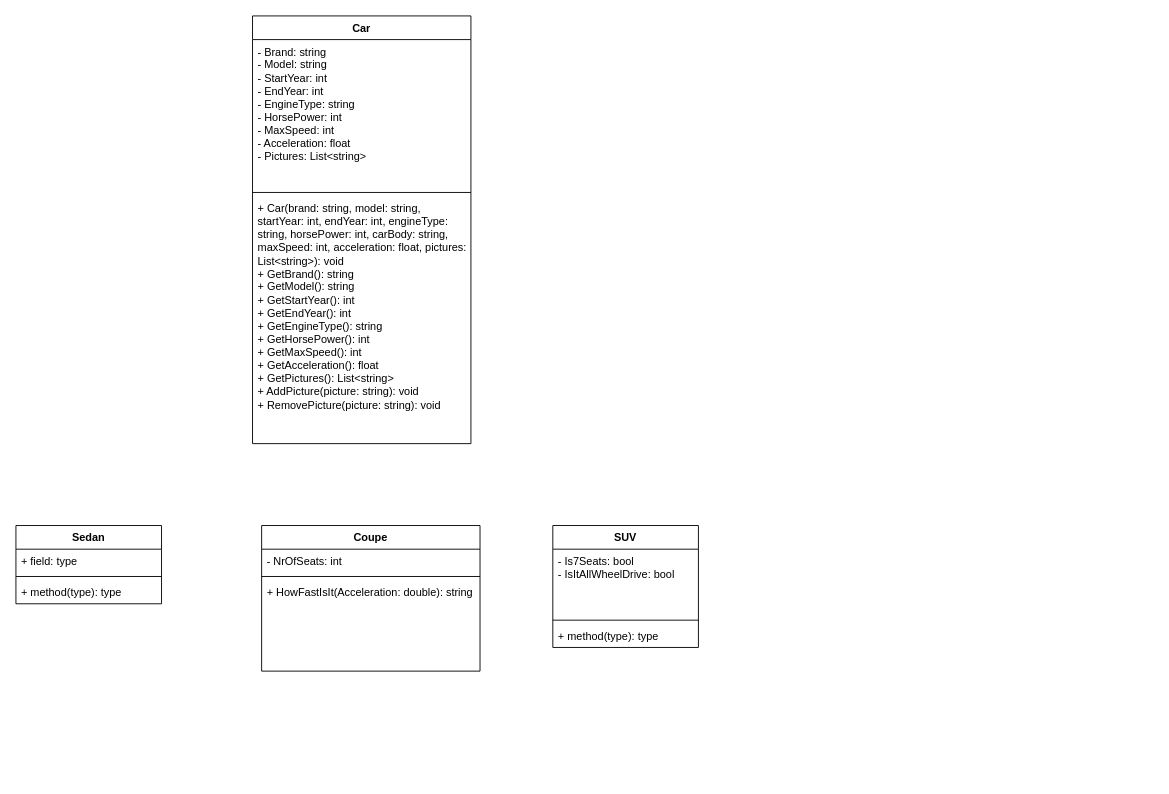
This is UML/UML diagram.drawio from AtanasDimitrov12/The-world-of-cars, a draw.io file, before an edit. Source tidied: cells renumbered, new cells numbered last; positions are measured from the earlier drawing's top-left corner, leaving out a move shared by most shapes. Both pictures are drawn from the tidied source at 91%, with x=0, y=0 at pixel (15, 15).
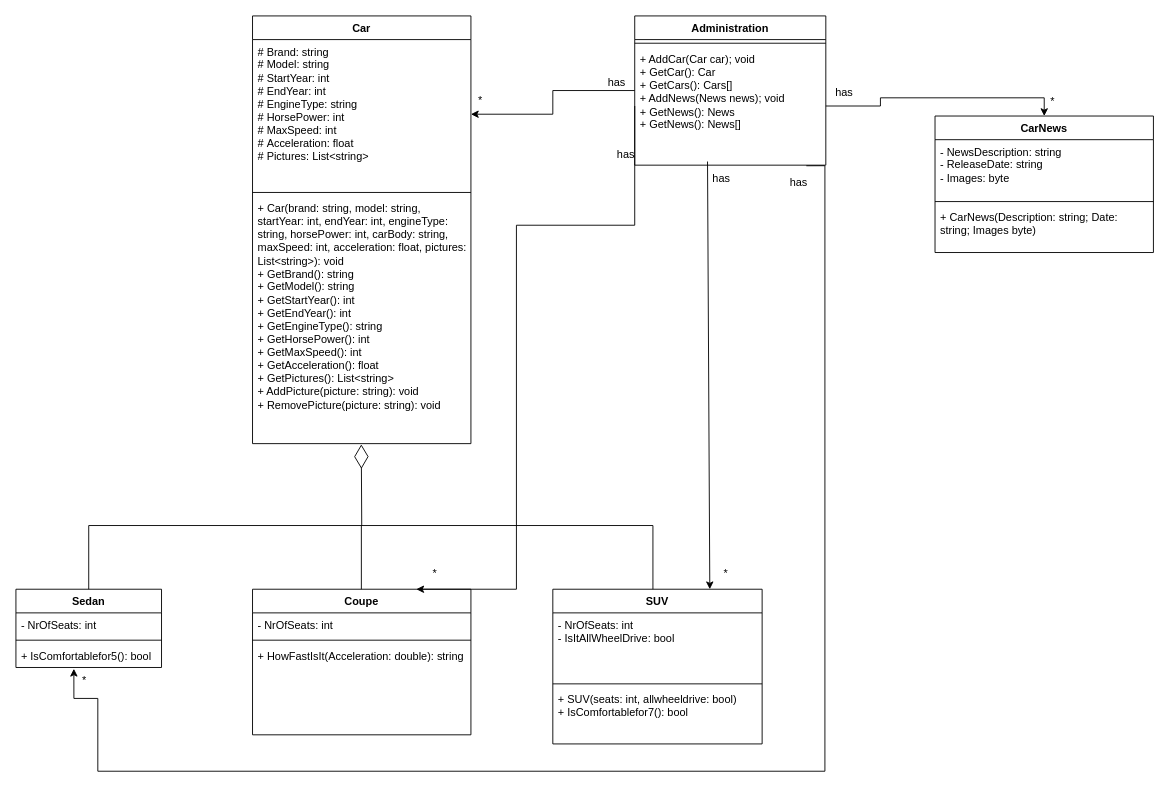
The same diagram, later.

The change refers to these unchanged cells:
```xml
<mxCell id="2" value="Car&lt;div&gt;&lt;br/&gt;&lt;/div&gt;" style="swimlane;fontStyle=1;align=center;verticalAlign=top;horizontal=1;startSize=26;whiteSpace=wrap;html=1;" parent="1" vertex="1">
  <mxGeometry x="260" width="240" height="470" as="geometry" />
</mxCell>
<mxCell id="5" value="+ Car(brand: string, model: string, startYear: int, endYear: int, engineType: string, horsePower: int, carBody: string, maxSpeed: int, acceleration: float, pictures: List&amp;lt;string&amp;gt;): void&lt;br&gt;+ GetBrand(): string &lt;br&gt;+ GetModel(): string &lt;br&gt;+ GetStartYear(): int &lt;br&gt;+ GetEndYear(): int &lt;br&gt;+ GetEngineType(): string&lt;br&gt;+ GetHorsePower(): int&lt;br&gt;+ GetMaxSpeed(): int &lt;br&gt;+ GetAcceleration(): float&lt;br&gt;+ GetPictures(): List&amp;lt;string&amp;gt;&lt;br&gt;+ AddPicture(picture: string): void&lt;br&gt;+ RemovePicture(picture: string): void" style="text;strokeColor=none;fillColor=none;align=left;verticalAlign=top;spacingLeft=4;spacingRight=4;overflow=hidden;points=[[0,0.5],[1,0.5]];portConstraint=eastwest;whiteSpace=wrap;html=1;" parent="2" vertex="1">
  <mxGeometry y="198" width="240" height="272" as="geometry" />
</mxCell>
```

Change to the diagram source:
```diff
@@
-    <mxCell id="3" value=" - Brand: string &lt;br&gt;- Model: string &lt;br&gt;- StartYear: int &lt;br&gt;- EndYear: int &lt;br&gt;- EngineType: string &lt;br&gt;- HorsePower: int&lt;br&gt;- MaxSpeed: int &lt;br&gt;- Acceleration: float &lt;br&gt;- Pictures: List&amp;lt;string&amp;gt;" style="text;strokeColor=none;fillColor=none;align=left;verticalAlign=top;spacingLeft=4;spacingRight=4;overflow=hidden;points=[[0,0.5],[1,0.5]];portConstraint=eastwest;whiteSpace=wrap;html=1;" parent="2" vertex="1">
+    <mxCell id="3" value="# Brand: string &lt;br&gt;#&amp;nbsp;Model: string &lt;br&gt;#&amp;nbsp;StartYear: int &lt;br&gt;#&amp;nbsp;EndYear: int &lt;br&gt;#&amp;nbsp;EngineType: string &lt;br&gt;#&amp;nbsp;HorsePower: int&lt;br&gt;#&amp;nbsp;MaxSpeed: int &lt;br&gt;#&amp;nbsp;Acceleration: float &lt;br&gt;#&amp;nbsp;Pictures: List&amp;lt;string&amp;gt;" style="text;strokeColor=none;fillColor=none;align=left;verticalAlign=top;spacingLeft=4;spacingRight=4;overflow=hidden;points=[[0,0.5],[1,0.5]];portConstraint=eastwest;whiteSpace=wrap;html=1;" parent="2" vertex="1">
       <mxGeometry y="26" width="240" height="164" as="geometry" />
     </mxCell>
@@
     <mxCell id="6" value="Sedan" style="swimlane;fontStyle=1;align=center;verticalAlign=top;horizontal=1;startSize=26;whiteSpace=wrap;html=1;" parent="1" vertex="1">
-      <mxGeometry y="560" width="160" height="86" as="geometry" />
+      <mxGeometry y="630" width="160" height="86" as="geometry" />
     </mxCell>
-    <mxCell id="7" value="+ field: type" style="text;strokeColor=none;fillColor=none;align=left;verticalAlign=top;spacingLeft=4;spacingRight=4;overflow=hidden;whiteSpace=wrap;html=1;" parent="6" vertex="1">
+    <mxCell id="7" value="- NrOfSeats: int" style="text;strokeColor=none;fillColor=none;align=left;verticalAlign=top;spacingLeft=4;spacingRight=4;overflow=hidden;whiteSpace=wrap;html=1;" parent="6" vertex="1">
       <mxGeometry y="26" width="160" height="26" as="geometry" />
     </mxCell>
@@
-    <mxCell id="9" value="+ method(type): type" style="text;strokeColor=none;fillColor=none;align=left;verticalAlign=top;spacingLeft=4;spacingRight=4;overflow=hidden;points=[[0,0.5],[1,0.5]];portConstraint=eastwest;whiteSpace=wrap;html=1;" parent="6" vertex="1">
+    <mxCell id="9" value="+ IsComfortablefor5(): bool" style="text;strokeColor=none;fillColor=none;align=left;verticalAlign=top;spacingLeft=4;spacingRight=4;overflow=hidden;points=[[0,0.5],[1,0.5]];portConstraint=eastwest;whiteSpace=wrap;html=1;" parent="6" vertex="1">
       <mxGeometry y="60" width="160" height="26" as="geometry" />
     </mxCell>
     <mxCell id="10" value="Coupe" style="swimlane;fontStyle=1;align=center;verticalAlign=top;horizontal=1;startSize=26;whiteSpace=wrap;html=1;" parent="1" vertex="1">
-      <mxGeometry x="270" y="560" width="240" height="160" as="geometry" />
+      <mxGeometry x="260" y="630" width="240" height="160" as="geometry" />
     </mxCell>
@@
     <mxCell id="14" value="SUV" style="swimlane;fontStyle=1;align=center;verticalAlign=top;horizontal=1;startSize=26;whiteSpace=wrap;html=1;" parent="1" vertex="1">
-      <mxGeometry x="590" y="560" width="160" height="134" as="geometry" />
+      <mxGeometry x="590" y="630" width="230" height="170" as="geometry" />
     </mxCell>
-    <mxCell id="15" value="- Is7Seats: bool&lt;br&gt;-&amp;nbsp;IsItAllWheelDrive: bool" style="text;strokeColor=none;fillColor=none;align=left;verticalAlign=top;spacingLeft=4;spacingRight=4;overflow=hidden;whiteSpace=wrap;html=1;" parent="14" vertex="1">
-      <mxGeometry y="26" width="160" height="74" as="geometry" />
+    <mxCell id="15" value="- NrOfSeats: int&lt;br&gt;-&amp;nbsp;IsItAllWheelDrive: bool" style="text;strokeColor=none;fillColor=none;align=left;verticalAlign=top;spacingLeft=4;spacingRight=4;overflow=hidden;whiteSpace=wrap;html=1;" parent="14" vertex="1">
+      <mxGeometry y="26" width="230" height="74" as="geometry" />
     </mxCell>
     <mxCell id="16" style="line;strokeWidth=1;fillColor=none;align=left;verticalAlign=middle;spacingTop=-1;spacingLeft=3;spacingRight=3;labelPosition=right;strokeColor=inherit;" parent="14" vertex="1">
-      <mxGeometry y="100" width="160" height="8" as="geometry" />
+      <mxGeometry y="100" width="230" height="8" as="geometry" />
     </mxCell>
-    <mxCell id="17" value="+ method(type): type" style="text;strokeColor=none;fillColor=none;align=left;verticalAlign=top;spacingLeft=4;spacingRight=4;overflow=hidden;whiteSpace=wrap;html=1;" parent="14" vertex="1">
-      <mxGeometry y="108" width="160" height="26" as="geometry" />
+    <mxCell id="17" value="+ SUV(seats: int, allwheeldrive: bool)&lt;div&gt;+ IsComfortablefor7(): bool&lt;br&gt;&lt;div&gt;&lt;br&gt;&lt;/div&gt;&lt;/div&gt;" style="text;strokeColor=none;fillColor=none;align=left;verticalAlign=top;spacingLeft=4;spacingRight=4;overflow=hidden;whiteSpace=wrap;html=1;" parent="14" vertex="1">
+      <mxGeometry y="108" width="230" height="62" as="geometry" />
     </mxCell>
+    <mxCell id="18" style="edgeStyle=orthogonalEdgeStyle;rounded=0;jettySize=auto;html=1;exitX=0;exitY=0.5;exitDx=0;exitDy=0;" parent="1" edge="1" source="19" target="3">
+      <mxGeometry relative="1" as="geometry" />
+    </mxCell>
+    <mxCell id="19" value="Administration" style="swimlane;fontStyle=1;align=center;verticalAlign=top;horizontal=1;startSize=26;whiteSpace=wrap;html=1;" parent="1" vertex="1">
+      <mxGeometry x="680" width="210" height="164" as="geometry" />
+    </mxCell>
+    <mxCell id="20" style="line;strokeWidth=1;fillColor=none;align=left;verticalAlign=middle;spacingTop=-1;spacingLeft=3;spacingRight=3;labelPosition=right;strokeColor=inherit;" parent="19" vertex="1">
+      <mxGeometry y="26" width="210" height="8" as="geometry" />
+    </mxCell>
+    <mxCell id="21" value="+ AddCar(Car car); void&lt;div&gt;+ GetCar(): Car&lt;/div&gt;&lt;div&gt;+ GetCars(): Cars[]&lt;/div&gt;&lt;div&gt;+ AddNews(News news); void&lt;div&gt;+ GetNews(): News&lt;/div&gt;&lt;div&gt;+ GetNews(): News[]&lt;/div&gt;&lt;/div&gt;" style="text;strokeColor=none;fillColor=none;align=left;verticalAlign=top;spacingLeft=4;spacingRight=4;overflow=hidden;points=[[0,0.5],[1,0.5]];portConstraint=eastwest;whiteSpace=wrap;html=1;" parent="19" vertex="1">
+      <mxGeometry y="34" width="210" height="130" as="geometry" />
+    </mxCell>
+    <mxCell id="22" value="CarNews" style="swimlane;fontStyle=1;align=center;verticalAlign=top;horizontal=1;startSize=26;whiteSpace=wrap;html=1;" parent="1" vertex="1">
+      <mxGeometry x="1010" y="110" width="240" height="150" as="geometry" />
+    </mxCell>
+    <mxCell id="23" value="- NewsDescription: string&lt;div&gt;- ReleaseDate: string&lt;/div&gt;&lt;div&gt;- Images: byte&lt;/div&gt;" style="text;strokeColor=none;fillColor=none;align=left;verticalAlign=top;spacingLeft=4;spacingRight=4;overflow=hidden;whiteSpace=wrap;html=1;" parent="22" vertex="1">
+      <mxGeometry y="26" width="240" height="64" as="geometry" />
+    </mxCell>
+    <mxCell id="24" style="line;strokeWidth=1;fillColor=none;align=left;verticalAlign=middle;spacingTop=-1;spacingLeft=3;spacingRight=3;labelPosition=right;strokeColor=inherit;" parent="22" vertex="1">
+      <mxGeometry y="90" width="240" height="8" as="geometry" />
+    </mxCell>
+    <mxCell id="25" value="+ CarNews(Description: string; Date: string; Images byte)" style="text;strokeColor=none;fillColor=none;align=left;verticalAlign=top;spacingLeft=4;spacingRight=4;overflow=hidden;whiteSpace=wrap;html=1;" parent="22" vertex="1">
+      <mxGeometry y="98" width="240" height="52" as="geometry" />
+    </mxCell>
+    <mxCell id="26" style="endArrow=none;html=1;rounded=0;exitX=0.5;exitY=0;exitDx=0;exitDy=0;" parent="1" edge="1" source="6">
+      <mxGeometry relative="1" as="geometry">
+        <mxPoint x="80" y="560" as="targetPoint" />
+      </mxGeometry>
+    </mxCell>
+    <mxCell id="27" style="endArrow=none;html=1;rounded=0;exitX=0.5;exitY=0;exitDx=0;exitDy=0;" parent="1" edge="1">
+      <mxGeometry relative="1" as="geometry">
+        <mxPoint x="379.6" y="630" as="sourcePoint" />
+        <mxPoint x="379.6" y="560" as="targetPoint" />
+      </mxGeometry>
+    </mxCell>
+    <mxCell id="28" style="endArrow=none;html=1;rounded=0;exitX=0.5;exitY=0;exitDx=0;exitDy=0;" parent="1" edge="1">
+      <mxGeometry relative="1" as="geometry">
+        <mxPoint x="700" y="630" as="sourcePoint" />
+        <mxPoint x="700" y="560" as="targetPoint" />
+      </mxGeometry>
+    </mxCell>
+    <mxCell id="29" style="endArrow=none;html=1;rounded=0;" parent="1" edge="1">
+      <mxGeometry relative="1" as="geometry">
+        <mxPoint x="80" y="560" as="sourcePoint" />
+        <mxPoint x="700" y="560" as="targetPoint" />
+      </mxGeometry>
+    </mxCell>
+    <mxCell id="30" style="endArrow=diamondThin;endFill=0;endSize=24;html=1;rounded=0;entryX=0.498;entryY=1.003;entryDx=0;entryDy=0;entryPerimeter=0;" parent="1" edge="1" target="5">
+      <mxGeometry relative="1" as="geometry">
+        <mxPoint x="380" y="560" as="sourcePoint" />
+      </mxGeometry>
+    </mxCell>
+    <mxCell id="31" style="edgeStyle=orthogonalEdgeStyle;rounded=0;jettySize=auto;html=1;exitX=1;exitY=0.5;exitDx=0;exitDy=0;entryX=0.5;entryY=0;entryDx=0;entryDy=0;" parent="1" edge="1" source="21" target="22">
+      <mxGeometry relative="1" as="geometry" />
+    </mxCell>
+    <mxCell id="32" value="has" style="text;html=1;align=center;verticalAlign=middle;strokeColor=none;fillColor=none;" parent="1" vertex="1">
+      <mxGeometry x="640" y="58" width="40" height="30" as="geometry" />
+    </mxCell>
+    <mxCell id="33" value="*" style="text;html=1;align=center;verticalAlign=middle;strokeColor=none;fillColor=none;" parent="1" vertex="1">
+      <mxGeometry x="495" y="78" width="30" height="30" as="geometry" />
+    </mxCell>
+    <mxCell id="34" value="has" style="text;html=1;align=center;verticalAlign=middle;strokeColor=none;fillColor=none;" parent="1" vertex="1">
+      <mxGeometry x="890" y="70" width="40" height="30" as="geometry" />
+    </mxCell>
+    <mxCell id="35" value="*" style="text;html=1;align=center;verticalAlign=middle;strokeColor=none;fillColor=none;" parent="1" vertex="1">
+      <mxGeometry x="1124" y="79" width="30" height="30" as="geometry" />
+    </mxCell>
+    <mxCell id="36" style="endArrow=classic;html=1;rounded=0;entryX=0.75;entryY=0;entryDx=0;entryDy=0;" parent="1" edge="1" target="14">
+      <mxGeometry relative="1" as="geometry">
+        <mxPoint x="760" y="160" as="sourcePoint" />
+      </mxGeometry>
+    </mxCell>
+    <mxCell id="37" value="has" style="text;html=1;align=center;verticalAlign=middle;strokeColor=none;fillColor=none;" parent="1" vertex="1">
+      <mxGeometry x="755" y="164" width="40" height="30" as="geometry" />
+    </mxCell>
+    <mxCell id="38" value="*" style="text;html=1;align=center;verticalAlign=middle;strokeColor=none;fillColor=none;" parent="1" vertex="1">
+      <mxGeometry x="765" y="598" width="30" height="30" as="geometry" />
+    </mxCell>
+    <mxCell id="39" style="edgeStyle=orthogonalEdgeStyle;rounded=0;jettySize=auto;html=1;exitX=0;exitY=0.5;exitDx=0;exitDy=0;entryX=0.75;entryY=0;entryDx=0;entryDy=0;" parent="1" edge="1" source="21" target="10">
+      <mxGeometry relative="1" as="geometry">
+        <Array as="points">
+          <mxPoint x="680" y="230" />
+          <mxPoint x="550" y="230" />
+          <mxPoint x="550" y="630" />
+        </Array>
+      </mxGeometry>
+    </mxCell>
+    <mxCell id="40" value="has" style="text;html=1;align=center;verticalAlign=middle;strokeColor=none;fillColor=none;" parent="1" vertex="1">
+      <mxGeometry x="650" y="138" width="40" height="30" as="geometry" />
+    </mxCell>
+    <mxCell id="41" value="*" style="text;html=1;align=center;verticalAlign=middle;strokeColor=none;fillColor=none;" parent="1" vertex="1">
+      <mxGeometry x="445" y="598" width="30" height="30" as="geometry" />
+    </mxCell>
+    <mxCell id="42" style="edgeStyle=orthogonalEdgeStyle;rounded=0;jettySize=auto;html=1;exitX=0.898;exitY=1.005;exitDx=0;exitDy=0;exitPerimeter=0;entryX=0.398;entryY=1.056;entryDx=0;entryDy=0;entryPerimeter=0;" parent="1" edge="1" source="21" target="9">
+      <mxGeometry relative="1" as="geometry">
+        <Array as="points">
+          <mxPoint x="889" y="165" />
+          <mxPoint x="889" y="830" />
+          <mxPoint x="90" y="830" />
+          <mxPoint x="90" y="750" />
+          <mxPoint x="64" y="750" />
+        </Array>
+      </mxGeometry>
+    </mxCell>
+    <mxCell id="43" value="*" style="text;html=1;align=center;verticalAlign=middle;strokeColor=none;fillColor=none;" parent="1" vertex="1">
+      <mxGeometry x="60" y="716" width="30" height="30" as="geometry" />
+    </mxCell>
+    <mxCell id="44" value="has" style="text;html=1;align=center;verticalAlign=middle;strokeColor=none;fillColor=none;" parent="1" vertex="1">
+      <mxGeometry x="840" y="168" width="40" height="30" as="geometry" />
+    </mxCell>
```
